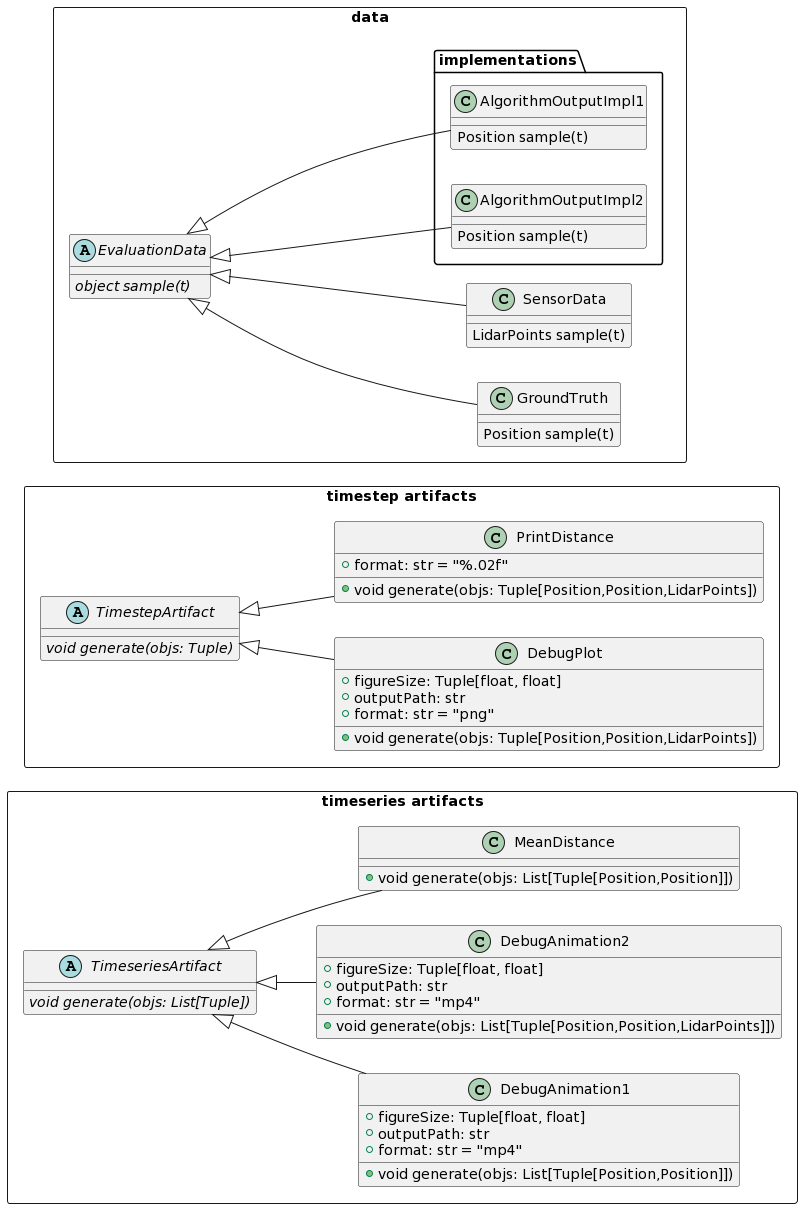
Above: content/posts/kpi-architecture/class-diagram.png in kopytjuk/kopytjuk.github.io (PlantUML), before the change.
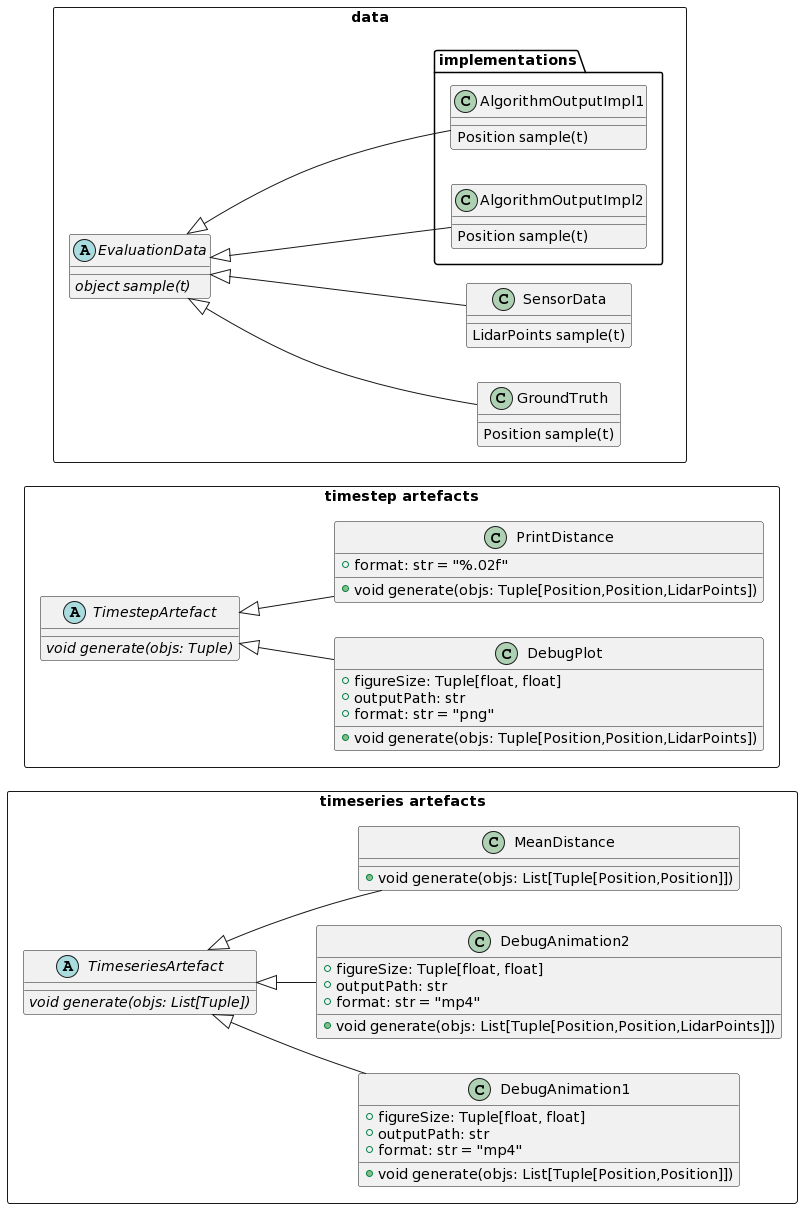
The same file after the commit.

Diff of the diagram source:
```diff
@@ -1,9 +1,9 @@
 @startuml
 left to right direction
 
-package "timeseries artifacts" <<Rectangle>> {
+package "timeseries artefacts" <<Rectangle>> {
 
-abstract class TimeseriesArtifact{
+abstract class TimeseriesArtefact{
   void {abstract} generate(objs: List[Tuple])
 }
 
@@ -25,14 +25,14 @@
   + void generate(objs: List[Tuple[Position,Position]])
 }
 
-TimeseriesArtifact <|-- DebugAnimation1
-TimeseriesArtifact <|-- DebugAnimation2
-TimeseriesArtifact <|-- MeanDistance
+TimeseriesArtefact <|-- DebugAnimation1
+TimeseriesArtefact <|-- DebugAnimation2
+TimeseriesArtefact <|-- MeanDistance
 }
 
-package "timestep artifacts" <<Rectangle>> {
+package "timestep artefacts" <<Rectangle>> {
 
-abstract class TimestepArtifact{
+abstract class TimestepArtefact{
   void {abstract} generate(objs: Tuple)
 }
 
@@ -48,8 +48,8 @@
   + void generate(objs: Tuple[Position,Position,LidarPoints])
 }
 
-TimestepArtifact <|-- DebugPlot
-TimestepArtifact <|-- PrintDistance
+TimestepArtefact <|-- DebugPlot
+TimestepArtefact <|-- PrintDistance
 }
 
 package data <<Rectangle>> {
```
